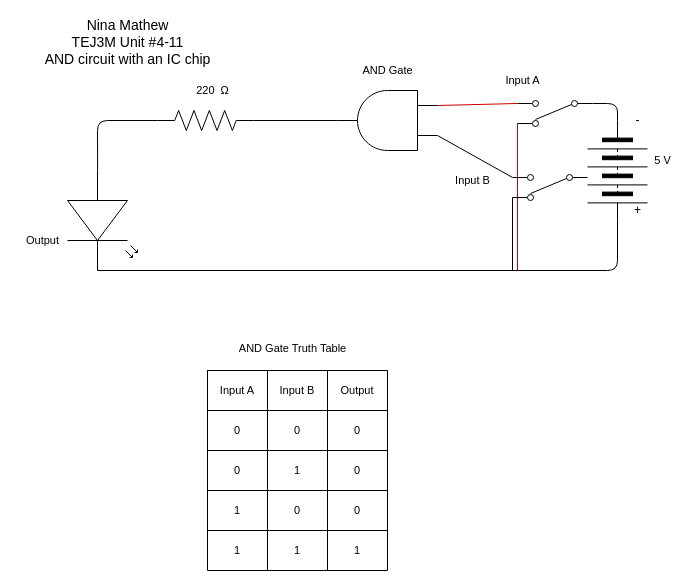
Earlier version of the draw.io diagram Unit 4-11/TEJ3M#Unit-4-11.drawio (Nina-S-Mathew/TEJ3M-Unit-4). Source tidied: cells renumbered, new cells numbered last; positions are measured from the earlier drawing's top-left corner, leaving out a move shared by most shapes. Both pictures are drawn from the tidied source at 100%, with x=0, y=0 at pixel (17, 20).
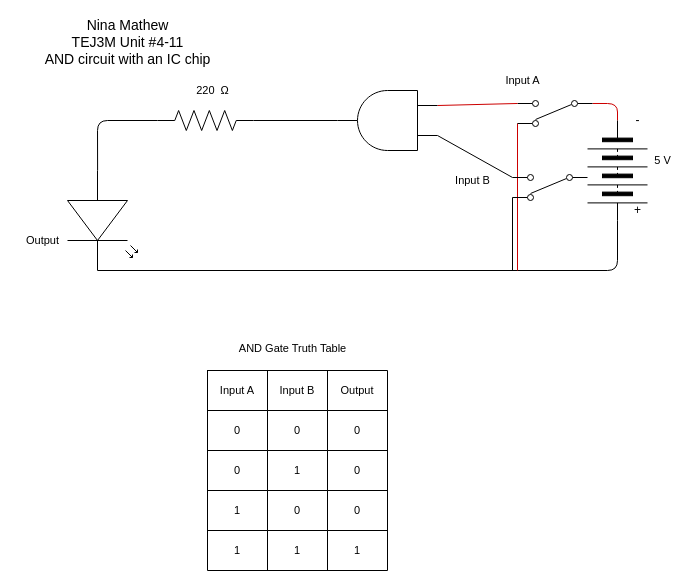
Above is the later version.

The change refers to these unchanged cells:
```xml
<mxCell id="3" style="verticalLabelPosition=bottom;shadow=0;dashed=0;align=center;html=1;verticalAlign=top;shape=mxgraph.electrical.miscellaneous.batteryStack;direction=south;" parent="1" vertex="1">
  <mxGeometry x="570" y="100" width="60" height="100" as="geometry" />
</mxCell>
<mxCell id="13" style="verticalLabelPosition=bottom;shadow=0;dashed=0;align=center;html=1;verticalAlign=top;shape=mxgraph.electrical.electro-mechanical.2-way_switch;direction=west;" parent="1" vertex="1">
  <mxGeometry x="500" y="80" width="75" height="26" as="geometry" />
</mxCell>
```

What changed in the source:
```diff
@@
-    <mxCell id="2" style="edgeStyle=none;shape=connector;rounded=1;html=1;exitX=0;exitY=0.5;exitDx=0;exitDy=0;entryX=0;entryY=0.885;entryDx=0;entryDy=0;entryPerimeter=0;labelBackgroundColor=default;fontFamily=Helvetica;fontSize=11;fontColor=default;endArrow=none;endFill=0;strokeColor=default;" parent="1" edge="1" source="3" target="13">
+    <mxCell id="2" style="edgeStyle=none;shape=connector;rounded=1;html=1;exitX=0;exitY=0.5;exitDx=0;exitDy=0;entryX=0;entryY=0.885;entryDx=0;entryDy=0;entryPerimeter=0;labelBackgroundColor=default;fontFamily=Helvetica;fontSize=11;fontColor=default;endArrow=none;endFill=0;strokeColor=#CC0000;" parent="1" edge="1" source="3" target="13">
       <mxGeometry relative="1" as="geometry">
         <Array as="points">
           <mxPoint x="600" y="83" />
         </Array>
       </mxGeometry>
     </mxCell>
@@
-    <mxCell id="46" value="AND Gate" style="text;html=1;align=center;verticalAlign=middle;strokeColor=none;fillColor=none;fontSize=11;fontFamily=Helvetica;fontColor=default;" parent="1" vertex="1">
-      <mxGeometry x="335" y="40" width="70" height="20" as="geometry" />
-    </mxCell>
```
